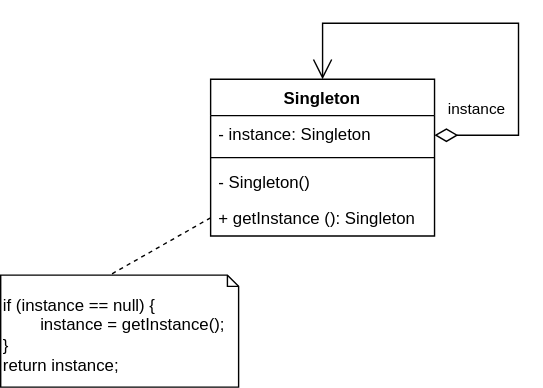
Before: assets/images/singleton.svg, a diagram exported from draw.io (arashethis/design-pattern). Source tidied: cells renumbered, new cells last; positions are measured from the earlier drawing's top-left corner, leaving out a move shared by most shapes.
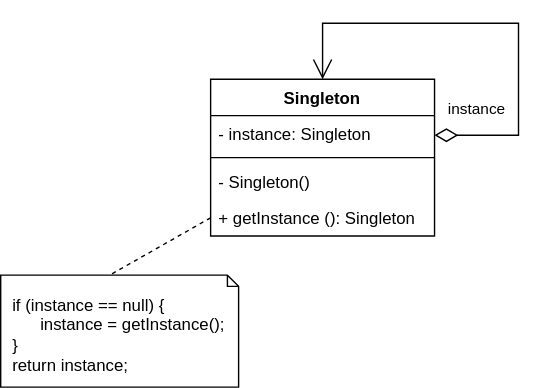
The same diagram one commit later.

Change to the diagram source:
```diff
@@ -31,7 +31,7 @@
     <mxCell id="8" style="jettySize=auto;html=1;rounded=0;exitX=0;exitY=0.5;exitDx=0;exitDy=0;dashed=1;startArrow=none;startFill=0;endArrow=none;endFill=0;entryX=0.458;entryY=0;entryDx=0;entryDy=0;entryPerimeter=0;" parent="1" edge="1" source="6" target="9">
       <mxGeometry relative="1" as="geometry" />
     </mxCell>
-    <mxCell id="9" value="if (instance == null) {&lt;br&gt;&lt;span style=&quot;white-space: pre;&quot;&gt;&#9;&lt;/span&gt;instance = getInstance();&lt;br&gt;}&lt;br&gt;return instance;" style="shape=note2;boundedLbl=1;whiteSpace=wrap;html=1;size=8;verticalAlign=top;align=left;" parent="1" vertex="1">
+    <mxCell id="9" value="&amp;nbsp; if (instance == null) {&lt;br&gt;&amp;nbsp;&lt;span style=&quot;white-space: pre;&quot;&gt;&#9;&lt;/span&gt;instance = getInstance();&lt;br&gt;&amp;nbsp; }&lt;br&gt;&amp;nbsp; return instance;" style="shape=note2;boundedLbl=1;whiteSpace=wrap;html=1;size=8;verticalAlign=top;align=left;" parent="1" vertex="1">
       <mxGeometry y="180" width="170" height="80" as="geometry" />
     </mxCell>
   </root>
```
